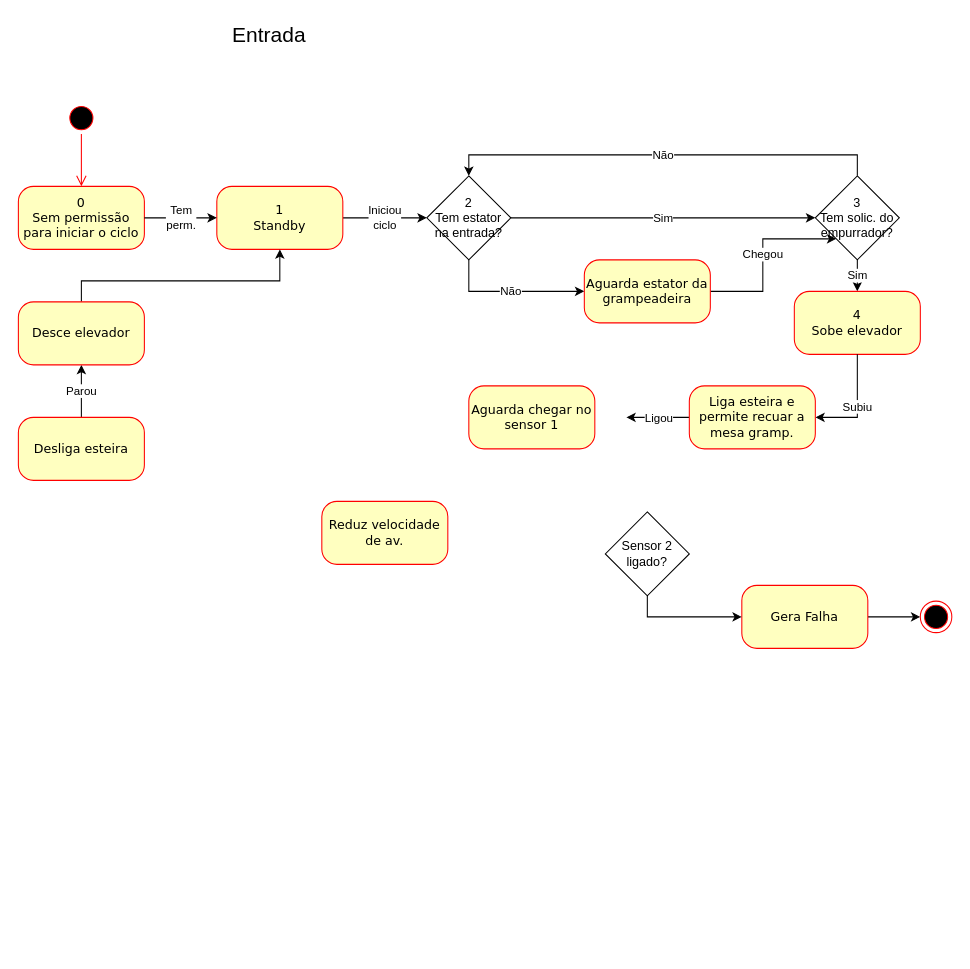
This is page "Esteira" (5 of 5) of M05765N01_GrampeadeiraG33.drawio from JonanMuller/WEGDiagrams, a draw.io file, before an edit. Source tidied: cells renumbered, new cells numbered last; positions are measured from the earlier drawing's top-left corner, leaving out a move shared by most shapes. Both pictures are drawn from the tidied source at 105%, with x=0, y=0 at pixel (18, 18).
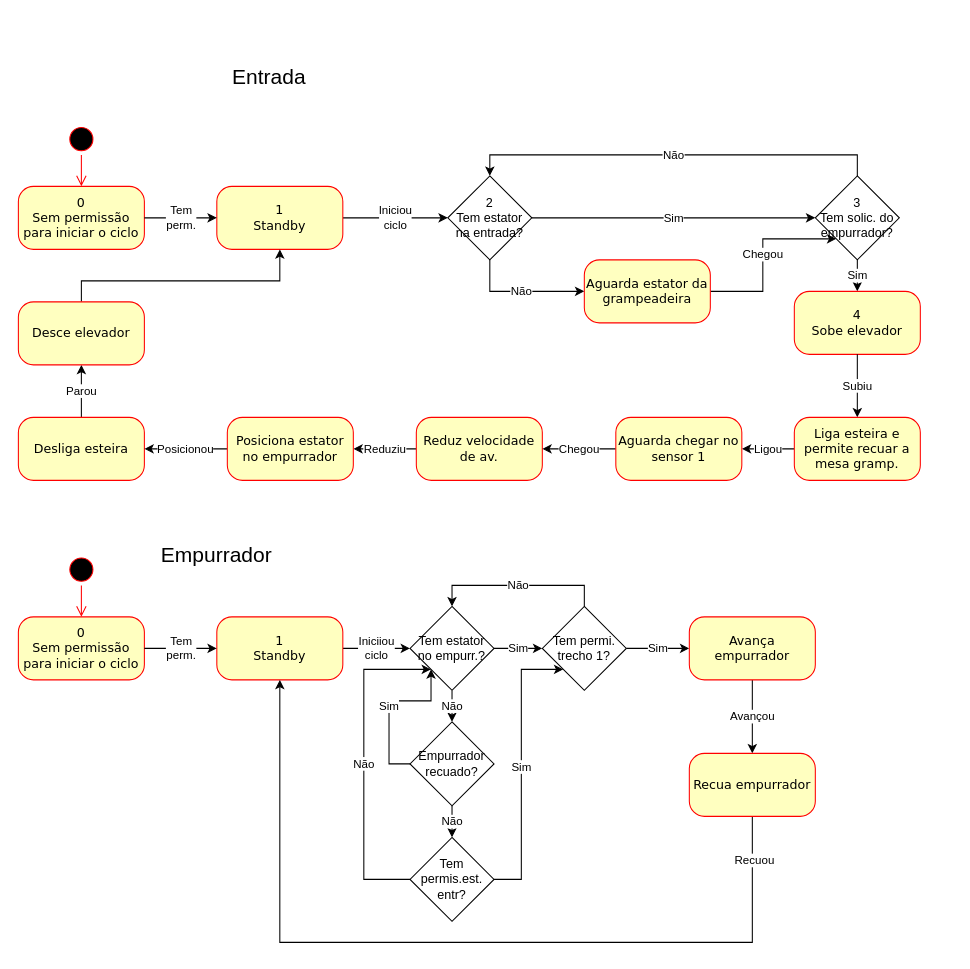
The same diagram, later.

Unchanged cells that the change refers to:
```xml
<mxCell id="15" value="4&lt;br&gt;Sobe elevador" style="rounded=1;whiteSpace=wrap;html=1;arcSize=24;fillColor=#ffffc0;strokeColor=#ff0000;shadow=0;comic=0;labelBackgroundColor=none;fontFamily=Verdana;fontSize=12;fontColor=#000000;align=center;" parent="1" vertex="1">
  <mxGeometry x="739" y="260" width="120" height="60" as="geometry" />
</mxCell>
<mxCell id="20" value="Desliga esteira" style="rounded=1;whiteSpace=wrap;html=1;arcSize=24;fillColor=#ffffc0;strokeColor=#ff0000;shadow=0;comic=0;labelBackgroundColor=none;fontFamily=Verdana;fontSize=12;fontColor=#000000;align=center;" parent="1" vertex="1">
  <mxGeometry y="380" width="120" height="60" as="geometry" />
</mxCell>
```

The edit, as a diff of the source:
```diff
@@
     <mxCell id="2" value="Entrada" style="text;html=1;strokeColor=none;fillColor=none;align=center;verticalAlign=middle;whiteSpace=wrap;rounded=0;fontSize=20;" parent="1" vertex="1">
-      <mxGeometry x="179" width="120" height="30" as="geometry" />
+      <mxGeometry x="179" y="40" width="120" height="30" as="geometry" />
     </mxCell>
     <mxCell id="3" style="ellipse;html=1;shape=startState;fillColor=#000000;strokeColor=#ff0000;rounded=1;shadow=0;comic=0;labelBackgroundColor=none;fontFamily=Verdana;fontSize=12;fontColor=#000000;align=center;direction=south;" parent="1" vertex="1">
-      <mxGeometry x="45" y="80" width="30" height="30" as="geometry" />
+      <mxGeometry x="45" y="100" width="30" height="30" as="geometry" />
     </mxCell>
@@
     <mxCell id="11" value="2&lt;br&gt;Tem estator na entrada?" style="rhombus;whiteSpace=wrap;html=1;" parent="1" vertex="1">
-      <mxGeometry x="389" y="150" width="80" height="80" as="geometry" />
+      <mxGeometry x="409" y="150" width="80" height="80" as="geometry" />
     </mxCell>
@@
-    <mxCell id="16" value="Subiu" style="edgeStyle=orthogonalEdgeStyle;rounded=0;jettySize=auto;html=1;entryX=1;entryY=0.5;entryDx=0;entryDy=0;exitX=0.5;exitY=1;exitDx=0;exitDy=0;" parent="1" edge="1" source="15" target="18">
+    <mxCell id="16" value="Subiu" style="edgeStyle=orthogonalEdgeStyle;rounded=0;jettySize=auto;html=1;entryX=0.5;entryY=0;entryDx=0;entryDy=0;exitX=0.5;exitY=1;exitDx=0;exitDy=0;" parent="1" edge="1" source="15" target="18">
       <mxGeometry relative="1" as="geometry" />
     </mxCell>
-    <mxCell id="17" value="Ligou" style="edgeStyle=orthogonalEdgeStyle;rounded=0;jettySize=auto;html=1;entryX=1;entryY=0.5;entryDx=0;entryDy=0;" parent="1" edge="1" source="18">
-      <mxGeometry relative="1" as="geometry">
-        <mxPoint x="579" y="380" as="targetPoint" />
-      </mxGeometry>
+    <mxCell id="17" value="Ligou" style="edgeStyle=orthogonalEdgeStyle;rounded=0;jettySize=auto;html=1;entryX=1;entryY=0.5;entryDx=0;entryDy=0;" parent="1" edge="1" source="18" target="31">
+      <mxGeometry relative="1" as="geometry" />
     </mxCell>
     <mxCell id="18" value="Liga esteira e permite recuar a mesa gramp." style="rounded=1;whiteSpace=wrap;html=1;arcSize=24;fillColor=#ffffc0;strokeColor=#ff0000;shadow=0;comic=0;labelBackgroundColor=none;fontFamily=Verdana;fontSize=12;fontColor=#000000;align=center;" parent="1" vertex="1">
-      <mxGeometry x="639" y="350" width="120" height="60" as="geometry" />
+      <mxGeometry x="739" y="380" width="120" height="60" as="geometry" />
     </mxCell>
@@
-    <mxCell id="25" style="edgeStyle=orthogonalEdgeStyle;rounded=0;jettySize=auto;html=1;exitX=1;exitY=0.5;exitDx=0;exitDy=0;entryX=0;entryY=0.5;entryDx=0;entryDy=0;" parent="1" edge="1" source="26" target="30">
-      <mxGeometry relative="1" as="geometry" />
-    </mxCell>
-    <mxCell id="26" value="Gera Falha" style="rounded=1;whiteSpace=wrap;html=1;arcSize=24;fillColor=#ffffc0;strokeColor=#ff0000;shadow=0;comic=0;labelBackgroundColor=none;fontFamily=Verdana;fontSize=12;fontColor=#000000;align=center;" parent="1" vertex="1">
-      <mxGeometry x="689" y="540" width="120" height="60" as="geometry" />
-    </mxCell>
-    <mxCell id="27" style="edgeStyle=orthogonalEdgeStyle;rounded=0;jettySize=auto;html=1;exitX=0.5;exitY=1;exitDx=0;exitDy=0;entryX=0;entryY=0.5;entryDx=0;entryDy=0;" parent="1" edge="1" source="28" target="26">
-      <mxGeometry relative="1" as="geometry" />
-    </mxCell>
-    <mxCell id="28" value="Sensor 2 ligado?" style="rhombus;whiteSpace=wrap;html=1;" parent="1" vertex="1">
-      <mxGeometry x="559" y="470" width="80" height="80" as="geometry" />
-    </mxCell>
+    <mxCell id="32" value="Reduziu" style="edgeStyle=orthogonalEdgeStyle;rounded=0;jettySize=auto;html=1;" parent="1" edge="1" source="29" target="35">
+      <mxGeometry relative="1" as="geometry" />
+    </mxCell>
     <mxCell id="29" value="Reduz velocidade de av." style="rounded=1;whiteSpace=wrap;html=1;arcSize=24;fillColor=#ffffc0;strokeColor=#ff0000;shadow=0;comic=0;labelBackgroundColor=none;fontFamily=Verdana;fontSize=12;fontColor=#000000;align=center;" parent="1" vertex="1">
-      <mxGeometry x="289" y="460" width="120" height="60" as="geometry" />
+      <mxGeometry x="379" y="380" width="120" height="60" as="geometry" />
     </mxCell>
-    <mxCell id="30" style="ellipse;html=1;shape=endState;fillColor=#000000;strokeColor=#ff0000;" parent="1" vertex="1">
-      <mxGeometry x="859" y="555" width="30" height="30" as="geometry" />
-    </mxCell>
+    <mxCell id="33" value="Chegou" style="edgeStyle=orthogonalEdgeStyle;rounded=0;jettySize=auto;html=1;" parent="1" edge="1" source="31" target="29">
+      <mxGeometry relative="1" as="geometry" />
+    </mxCell>
     <mxCell id="31" value="Aguarda chegar no sensor 1" style="rounded=1;whiteSpace=wrap;html=1;arcSize=24;fillColor=#ffffc0;strokeColor=#ff0000;shadow=0;comic=0;labelBackgroundColor=none;fontFamily=Verdana;fontSize=12;fontColor=#000000;align=center;" parent="1" vertex="1">
-      <mxGeometry x="429" y="350" width="120" height="60" as="geometry" />
+      <mxGeometry x="569" y="380" width="120" height="60" as="geometry" />
     </mxCell>
+    <mxCell id="34" value="Posicionou" style="edgeStyle=orthogonalEdgeStyle;rounded=0;jettySize=auto;html=1;" parent="1" edge="1" source="35" target="20">
+      <mxGeometry relative="1" as="geometry" />
+    </mxCell>
+    <mxCell id="35" value="Posiciona estator no empurrador" style="rounded=1;whiteSpace=wrap;html=1;arcSize=24;fillColor=#ffffc0;strokeColor=#ff0000;shadow=0;comic=0;labelBackgroundColor=none;fontFamily=Verdana;fontSize=12;fontColor=#000000;align=center;" parent="1" vertex="1">
+      <mxGeometry x="199" y="380" width="120" height="60" as="geometry" />
+    </mxCell>
+    <mxCell id="36" value="Empurrador" style="text;html=1;strokeColor=none;fillColor=none;align=center;verticalAlign=middle;whiteSpace=wrap;rounded=0;fontSize=20;" parent="1" vertex="1">
+      <mxGeometry x="129" y="495" width="120" height="30" as="geometry" />
+    </mxCell>
+    <mxCell id="37" style="ellipse;html=1;shape=startState;fillColor=#000000;strokeColor=#ff0000;rounded=1;shadow=0;comic=0;labelBackgroundColor=none;fontFamily=Verdana;fontSize=12;fontColor=#000000;align=center;direction=south;" parent="1" vertex="1">
+      <mxGeometry x="45" y="510" width="30" height="30" as="geometry" />
+    </mxCell>
+    <mxCell id="38" value="0&lt;br&gt;Sem permissão para iniciar o ciclo" style="rounded=1;whiteSpace=wrap;html=1;arcSize=24;fillColor=#ffffc0;strokeColor=#ff0000;shadow=0;comic=0;labelBackgroundColor=none;fontFamily=Verdana;fontSize=12;fontColor=#000000;align=center;" parent="1" vertex="1">
+      <mxGeometry y="570" width="120" height="60" as="geometry" />
+    </mxCell>
+    <mxCell id="39" value="Iniciiou&lt;br&gt;ciclo" style="edgeStyle=orthogonalEdgeStyle;rounded=0;jettySize=auto;html=1;" parent="1" edge="1" source="40" target="45">
+      <mxGeometry relative="1" as="geometry" />
+    </mxCell>
+    <mxCell id="40" value="1&lt;br&gt;Standby" style="rounded=1;whiteSpace=wrap;html=1;arcSize=24;fillColor=#ffffc0;strokeColor=#ff0000;shadow=0;comic=0;labelBackgroundColor=none;fontFamily=Verdana;fontSize=12;fontColor=#000000;align=center;" parent="1" vertex="1">
+      <mxGeometry x="189" y="570" width="120" height="60" as="geometry" />
+    </mxCell>
+    <mxCell id="41" value="Tem&lt;br&gt;perm." style="edgeStyle=orthogonalEdgeStyle;rounded=0;jettySize=auto;html=1;" parent="1" edge="1" source="38" target="40">
+      <mxGeometry relative="1" as="geometry" />
+    </mxCell>
+    <mxCell id="42" style="edgeStyle=orthogonalEdgeStyle;html=1;labelBackgroundColor=none;endArrow=open;endSize=8;strokeColor=#ff0000;fontFamily=Verdana;fontSize=12;align=left;entryX=0.5;entryY=0;entryDx=0;entryDy=0;" parent="1" edge="1" source="37" target="38">
+      <mxGeometry relative="1" as="geometry" />
+    </mxCell>
+    <mxCell id="43" value="Sim" style="edgeStyle=orthogonalEdgeStyle;rounded=0;jettySize=auto;html=1;entryX=0;entryY=0.5;entryDx=0;entryDy=0;" parent="1" edge="1" source="45" target="48">
+      <mxGeometry relative="1" as="geometry" />
+    </mxCell>
+    <mxCell id="44" value="Não" style="edgeStyle=orthogonalEdgeStyle;rounded=0;jettySize=auto;html=1;exitX=0.5;exitY=1;exitDx=0;exitDy=0;entryX=0.5;entryY=0;entryDx=0;entryDy=0;" parent="1" edge="1" source="45" target="56">
+      <mxGeometry relative="1" as="geometry" />
+    </mxCell>
+    <mxCell id="45" value="Tem estator no empurr.?" style="rhombus;whiteSpace=wrap;html=1;" parent="1" vertex="1">
+      <mxGeometry x="373" y="560" width="80" height="80" as="geometry" />
+    </mxCell>
+    <mxCell id="46" value="Sim" style="edgeStyle=orthogonalEdgeStyle;rounded=0;jettySize=auto;html=1;" parent="1" edge="1" source="48" target="50">
+      <mxGeometry relative="1" as="geometry" />
+    </mxCell>
+    <mxCell id="47" value="Não" style="edgeStyle=orthogonalEdgeStyle;rounded=0;jettySize=auto;html=1;exitX=0.5;exitY=0;exitDx=0;exitDy=0;entryX=0.5;entryY=0;entryDx=0;entryDy=0;" parent="1" edge="1" source="48" target="45">
+      <mxGeometry relative="1" as="geometry" />
+    </mxCell>
+    <mxCell id="48" value="Tem permi. trecho 1?" style="rhombus;whiteSpace=wrap;html=1;" parent="1" vertex="1">
+      <mxGeometry x="499" y="560" width="80" height="80" as="geometry" />
+    </mxCell>
+    <mxCell id="49" value="Avançou" style="edgeStyle=orthogonalEdgeStyle;rounded=0;jettySize=auto;html=1;exitX=0.5;exitY=1;exitDx=0;exitDy=0;entryX=0.5;entryY=0;entryDx=0;entryDy=0;" parent="1" edge="1" source="50" target="53">
+      <mxGeometry relative="1" as="geometry" />
+    </mxCell>
+    <mxCell id="50" value="Avança empurrador" style="rounded=1;whiteSpace=wrap;html=1;arcSize=24;fillColor=#ffffc0;strokeColor=#ff0000;shadow=0;comic=0;labelBackgroundColor=none;fontFamily=Verdana;fontSize=12;fontColor=#000000;align=center;" parent="1" vertex="1">
+      <mxGeometry x="639" y="570" width="120" height="60" as="geometry" />
+    </mxCell>
+    <mxCell id="51" style="edgeStyle=orthogonalEdgeStyle;rounded=0;jettySize=auto;html=1;exitX=0.5;exitY=1;exitDx=0;exitDy=0;entryX=0.5;entryY=1;entryDx=0;entryDy=0;" parent="1" edge="1" source="53" target="40">
+      <mxGeometry relative="1" as="geometry">
+        <Array as="points">
+          <mxPoint x="699" y="880" />
+          <mxPoint x="249" y="880" />
+        </Array>
+      </mxGeometry>
+    </mxCell>
+    <mxCell id="52" value="Recuou" style="edgeLabel;html=1;align=center;verticalAlign=middle;" parent="51" vertex="1">
+      <mxGeometry x="-0.9" y="1" relative="1" as="geometry" />
+    </mxCell>
+    <mxCell id="53" value="Recua empurrador" style="rounded=1;whiteSpace=wrap;html=1;arcSize=24;fillColor=#ffffc0;strokeColor=#ff0000;shadow=0;comic=0;labelBackgroundColor=none;fontFamily=Verdana;fontSize=12;fontColor=#000000;align=center;" parent="1" vertex="1">
+      <mxGeometry x="639" y="700" width="120" height="60" as="geometry" />
+    </mxCell>
+    <mxCell id="54" value="Não" style="edgeStyle=orthogonalEdgeStyle;rounded=0;jettySize=auto;html=1;" parent="1" edge="1" source="56" target="59">
+      <mxGeometry relative="1" as="geometry" />
+    </mxCell>
+    <mxCell id="55" value="Sim" style="edgeStyle=orthogonalEdgeStyle;rounded=0;jettySize=auto;html=1;exitX=0;exitY=0.5;exitDx=0;exitDy=0;entryX=0;entryY=1;entryDx=0;entryDy=0;" parent="1" edge="1" source="56" target="45">
+      <mxGeometry relative="1" as="geometry" />
+    </mxCell>
+    <mxCell id="56" value="Empurrador recuado?" style="rhombus;whiteSpace=wrap;html=1;" parent="1" vertex="1">
+      <mxGeometry x="373" y="670" width="80" height="80" as="geometry" />
+    </mxCell>
+    <mxCell id="57" value="Sim" style="edgeStyle=orthogonalEdgeStyle;rounded=0;jettySize=auto;html=1;exitX=1;exitY=0.5;exitDx=0;exitDy=0;entryX=0;entryY=1;entryDx=0;entryDy=0;" parent="1" edge="1" source="59" target="48">
+      <mxGeometry relative="1" as="geometry">
+        <Array as="points">
+          <mxPoint x="479" y="820" />
+          <mxPoint x="479" y="620" />
+        </Array>
+      </mxGeometry>
+    </mxCell>
+    <mxCell id="58" value="Não" style="edgeStyle=orthogonalEdgeStyle;rounded=0;jettySize=auto;html=1;exitX=0;exitY=0.5;exitDx=0;exitDy=0;entryX=0;entryY=1;entryDx=0;entryDy=0;" parent="1" edge="1" source="59" target="45">
+      <mxGeometry relative="1" as="geometry">
+        <Array as="points">
+          <mxPoint x="329" y="820" />
+          <mxPoint x="329" y="620" />
+        </Array>
+      </mxGeometry>
+    </mxCell>
+    <mxCell id="59" value="Tem permis.est. entr?" style="rhombus;whiteSpace=wrap;html=1;" parent="1" vertex="1">
+      <mxGeometry x="373" y="780" width="80" height="80" as="geometry" />
+    </mxCell>
```
